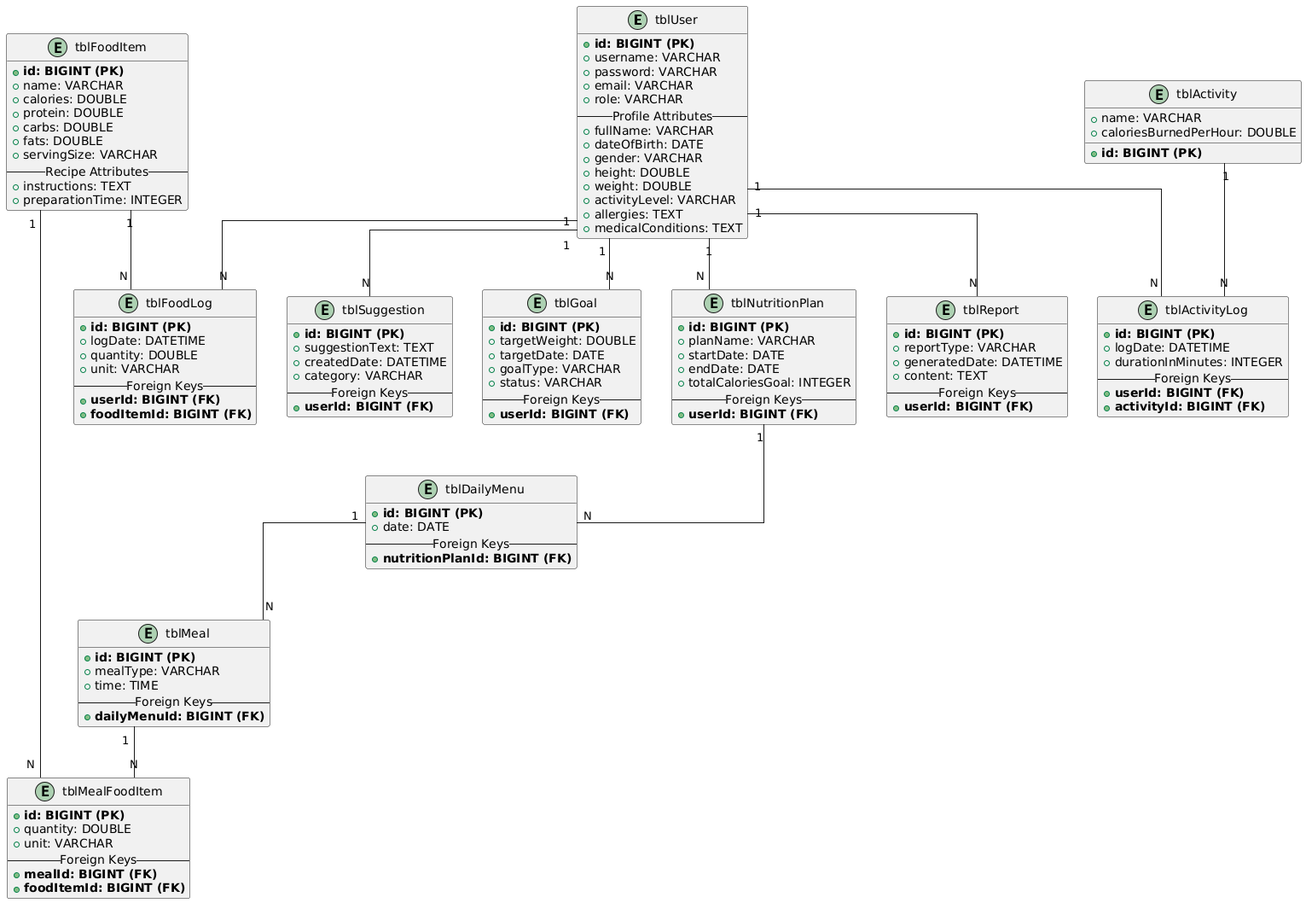
Earlier version of the PlantUML export Design/Database/UmlPictures/DatabaseEntityClassDiagram.png (LQTam787/Thesis). Its diagram source:
```plantuml
@startuml
hide empty members
skinparam linetype ortho


entity tblUser {
  + **id: BIGINT (PK)**
  + username: VARCHAR
  + password: VARCHAR
  + email: VARCHAR
  + role: VARCHAR
  -- Profile Attributes --
  + fullName: VARCHAR
  + dateOfBirth: DATE
  + gender: VARCHAR
  + height: DOUBLE
  + weight: DOUBLE
  + activityLevel: VARCHAR
  + allergies: TEXT
  + medicalConditions: TEXT
}

entity tblGoal {
  + **id: BIGINT (PK)**
  + targetWeight: DOUBLE
  + targetDate: DATE
  + goalType: VARCHAR
  + status: VARCHAR
  -- Foreign Keys --
  + **userId: BIGINT (FK)**
}

entity tblNutritionPlan {
  + **id: BIGINT (PK)**
  + planName: VARCHAR
  + startDate: DATE
  + endDate: DATE
  + totalCaloriesGoal: INTEGER
  -- Foreign Keys --
  + **userId: BIGINT (FK)**
}

entity tblDailyMenu {
  + **id: BIGINT (PK)**
  + date: DATE
  -- Foreign Keys --
  + **nutritionPlanId: BIGINT (FK)**
}

entity tblMeal {
  + **id: BIGINT (PK)**
  + mealType: VARCHAR
  + time: TIME
  -- Foreign Keys --
  + **dailyMenuId: BIGINT (FK)**
}

entity tblFoodItem {
  + **id: BIGINT (PK)**
  + name: VARCHAR
  + calories: DOUBLE
  + protein: DOUBLE
  + carbs: DOUBLE
  + fats: DOUBLE
  + servingSize: VARCHAR
  -- Recipe Attributes --
  + instructions: TEXT
  + preparationTime: INTEGER
}

entity tblMealFoodItem {
  + **id: BIGINT (PK)**
  + quantity: DOUBLE
  + unit: VARCHAR
  -- Foreign Keys --
  + **mealId: BIGINT (FK)**
  + **foodItemId: BIGINT (FK)**
}

entity tblFoodLog {
  + **id: BIGINT (PK)**
  + logDate: DATETIME
  + quantity: DOUBLE
  + unit: VARCHAR
  -- Foreign Keys --
  + **userId: BIGINT (FK)**
  + **foodItemId: BIGINT (FK)**
}

entity tblActivity {
  + **id: BIGINT (PK)**
  + name: VARCHAR
  + caloriesBurnedPerHour: DOUBLE
}

entity tblActivityLog {
  + **id: BIGINT (PK)**
  + logDate: DATETIME
  + durationInMinutes: INTEGER
  -- Foreign Keys --
  + **userId: BIGINT (FK)**
  + **activityId: BIGINT (FK)**
}

entity tblReport {
  + **id: BIGINT (PK)**
  + reportType: VARCHAR
  + generatedDate: DATETIME
  + content: TEXT
  -- Foreign Keys --
  + **userId: BIGINT (FK)**
}

entity tblSuggestion {
  + **id: BIGINT (PK)**
  + suggestionText: TEXT
  + createdDate: DATETIME
  + category: VARCHAR
  -- Foreign Keys --
  + **userId: BIGINT (FK)**
}

tblUser "1" -- "N" tblGoal
tblUser "1" -- "N" tblNutritionPlan
tblUser "1" -- "N" tblReport
tblUser "1" -- "N" tblSuggestion
tblUser "1" -- "N" tblFoodLog
tblUser "1" -- "N" tblActivityLog

tblNutritionPlan "1" -- "N" tblDailyMenu
tblDailyMenu "1" -- "N" tblMeal
tblMeal "1" -- "N" tblMealFoodItem

tblFoodItem "1" -- "N" tblMealFoodItem
tblFoodItem "1" -- "N" tblFoodLog

tblActivity "1" -- "N" tblActivityLog
@enduml
```
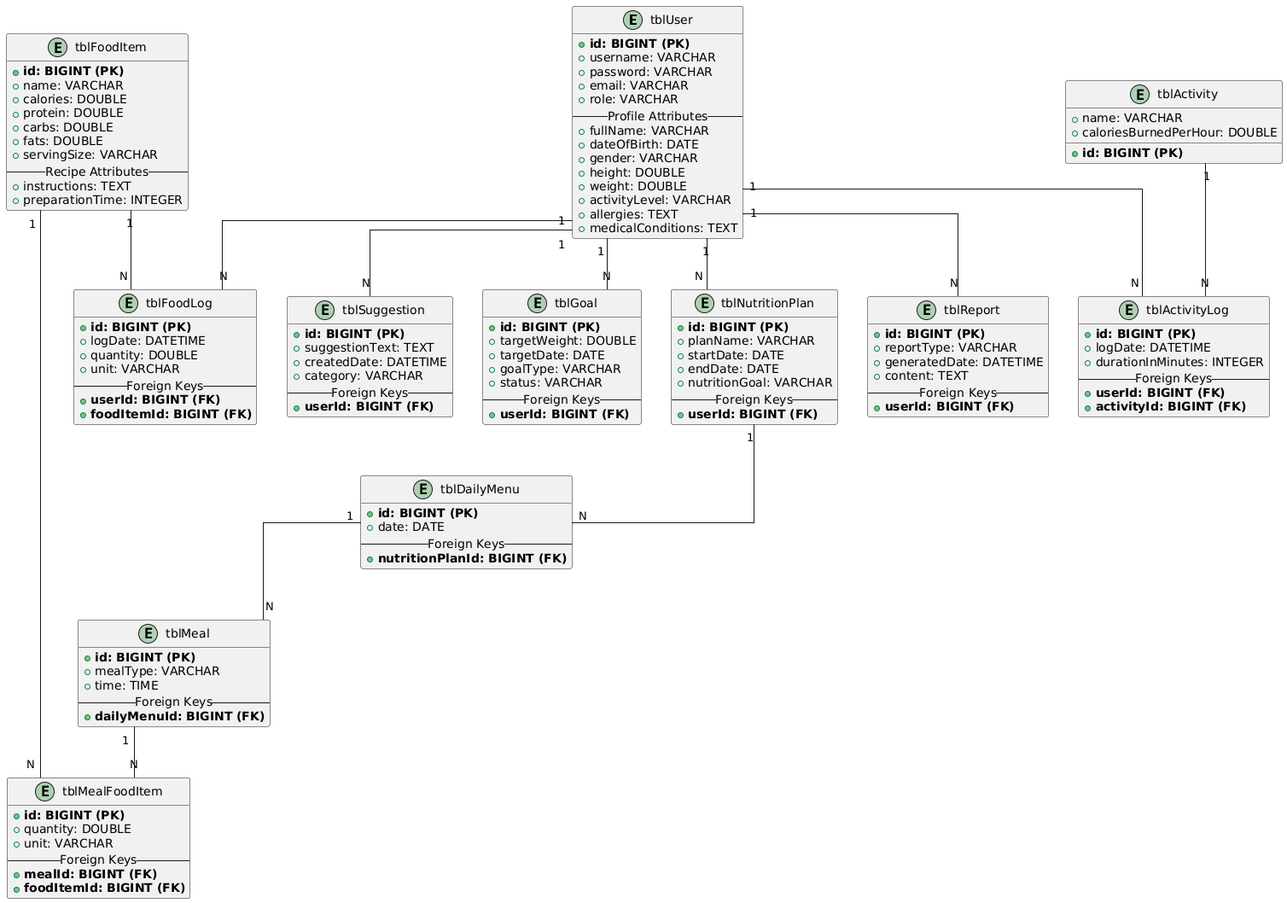
Later version of the same file.

What changed in the source:
```diff
@@ -35,7 +35,7 @@
   + planName: VARCHAR
   + startDate: DATE
   + endDate: DATE
-  + totalCaloriesGoal: INTEGER
+  + nutritionGoal: VARCHAR
   -- Foreign Keys --
   + **userId: BIGINT (FK)**
 }
```
